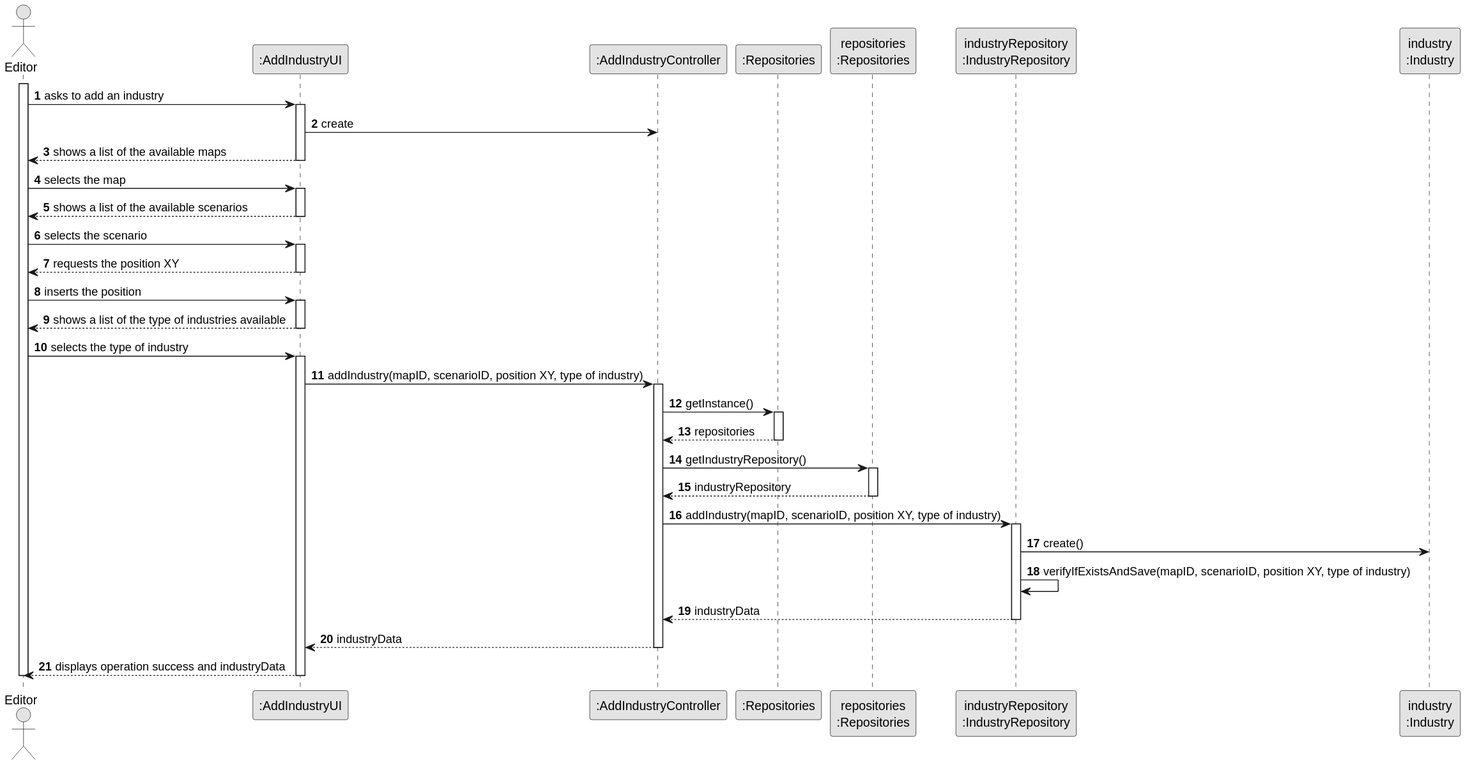
Earlier version of the PlantUML export docs/sprint2/us002/03.design/svg/us002-sequence-diagram-full.svg (ivasduarte/all-aboard). The source it was exported from:
```plantuml
@startuml
skinparam monochrome true
skinparam packageStyle rectangle
skinparam shadowing false

autonumber

actor "Editor" as Editor
participant ":AddIndustryUI" as UI
participant ":AddIndustryController" as CTRL
participant ":Repositories" as RepositorySingleton
participant "repositories\n:Repositories" as PLAT
participant "industryRepository\n:IndustryRepository" as industryRepository
participant "industry\n:Industry" as Industry

activate Editor

Editor -> UI : asks to add an industry
activate UI

UI -> CTRL : create

UI --> Editor : shows a list of the available maps
deactivate UI

Editor -> UI : selects the map
activate UI

UI --> Editor : shows a list of the available scenarios
deactivate UI

Editor -> UI : selects the scenario
activate UI
UI --> Editor : requests the position XY
deactivate UI

Editor -> UI : inserts the position
activate UI
UI --> Editor : shows a list of the type of industries available
deactivate UI

Editor -> UI : selects the type of industry
activate UI

UI -> CTRL : addIndustry(mapID, scenarioID, position XY, type of industry)
activate CTRL

CTRL -> RepositorySingleton : getInstance()
activate RepositorySingleton
RepositorySingleton --> CTRL : repositories
deactivate RepositorySingleton

CTRL -> PLAT : getIndustryRepository()
activate PLAT
PLAT --> CTRL : industryRepository
deactivate PLAT

CTRL -> industryRepository : addIndustry(mapID, scenarioID, position XY, type of industry)
activate industryRepository

industryRepository -> Industry : create()

industryRepository -> industryRepository : verifyIfExistsAndSave(mapID, scenarioID, position XY, type of industry)

industryRepository --> CTRL : industryData
deactivate industryRepository

CTRL --> UI : industryData
deactivate CTRL

UI --> Editor : displays operation success and industryData
deactivate UI

deactivate Editor
@enduml
```
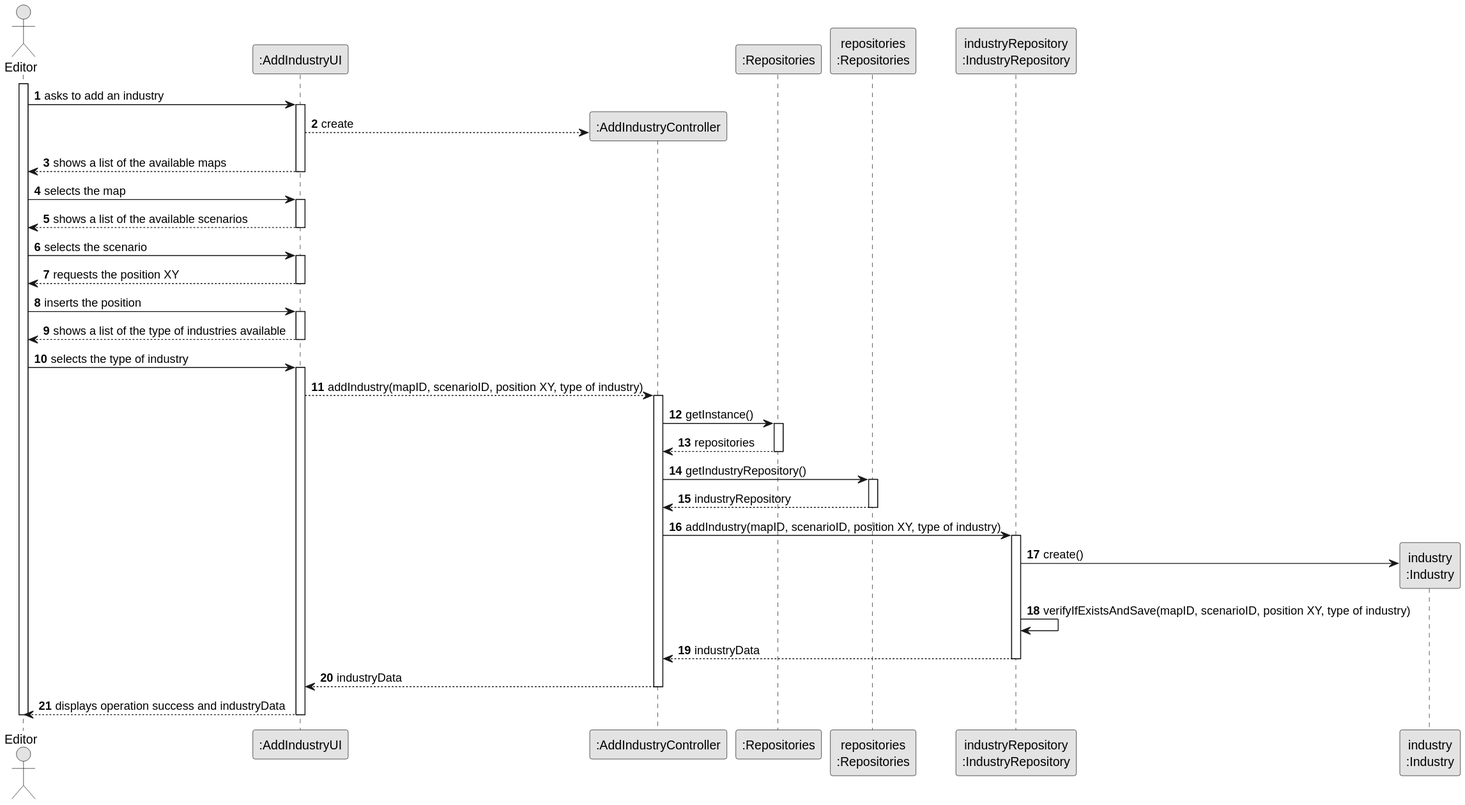
Later version of the same file.

Change to the diagram source:
```diff
@@ -7,18 +7,18 @@
 
 actor "Editor" as Editor
 participant ":AddIndustryUI" as UI
-participant ":AddIndustryController" as CTRL
-participant ":Repositories" as RepositorySingleton
-participant "repositories\n:Repositories" as PLAT
-participant "industryRepository\n:IndustryRepository" as industryRepository
-participant "industry\n:Industry" as Industry
 
 activate Editor
 
 Editor -> UI : asks to add an industry
 activate UI
 
-UI -> CTRL : create
+create ":AddIndustryController" as CTRL
+UI --> CTRL : create
+
+participant ":Repositories" as RepositorySingleton
+participant "repositories\n:Repositories" as PLAT
+participant "industryRepository\n:IndustryRepository" as industryRepository
 
 UI --> Editor : shows a list of the available maps
 deactivate UI
@@ -42,7 +42,7 @@
 Editor -> UI : selects the type of industry
 activate UI
 
-UI -> CTRL : addIndustry(mapID, scenarioID, position XY, type of industry)
+UI --> CTRL : addIndustry(mapID, scenarioID, position XY, type of industry)
 activate CTRL
 
 CTRL -> RepositorySingleton : getInstance()
@@ -58,6 +58,7 @@
 CTRL -> industryRepository : addIndustry(mapID, scenarioID, position XY, type of industry)
 activate industryRepository
 
+create "industry\n:Industry" as Industry
 industryRepository -> Industry : create()
 
 industryRepository -> industryRepository : verifyIfExistsAndSave(mapID, scenarioID, position XY, type of industry)
```
